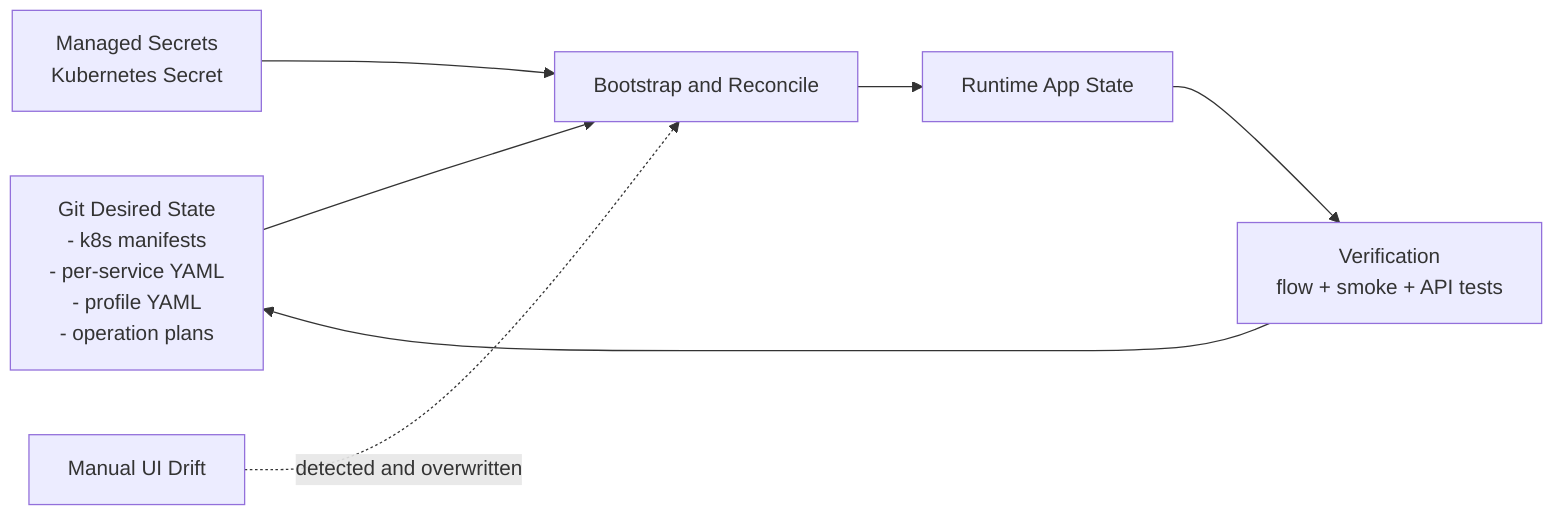
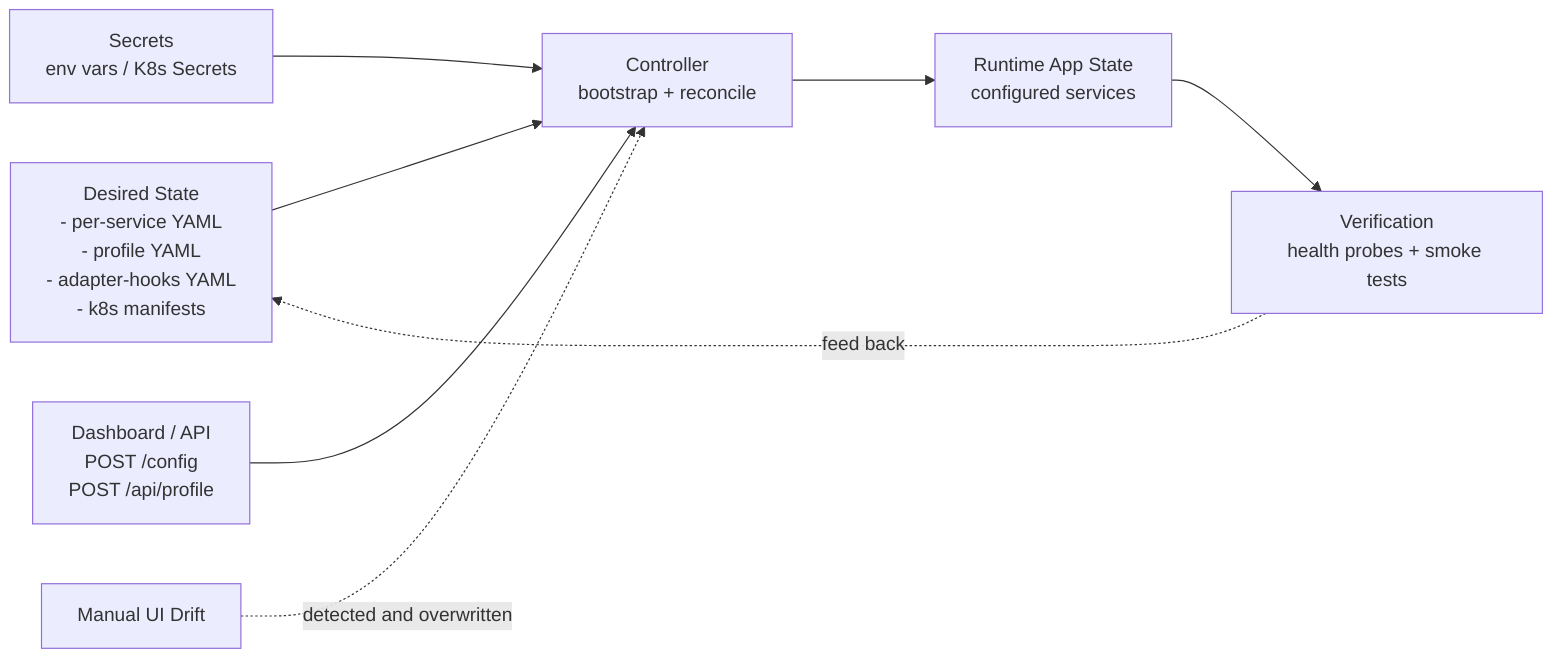
flowchart LR
-   SRC[Git Desired State\n- k8s manifests\n- per-service YAML\n- profile YAML\n- operation plans]
-   SEC[Managed Secrets\nKubernetes Secret]
-   BOOT[Bootstrap and Reconcile]
-   RUN[Runtime App State]
-   TEST[Verification\nflow + smoke + API tests]
+   SRC[Desired State\n- per-service YAML\n- profile YAML\n- adapter-hooks YAML\n- k8s manifests]
+   SEC[Secrets\nenv vars / K8s Secrets]
+   CTRL[Controller\nbootstrap + reconcile]
+   RUN[Runtime App State\nconfigured services]
+   TEST[Verification\nhealth probes + smoke tests]
+   DASH[Dashboard / API\nPOST /config\nPOST /api/profile]

-   SRC --> BOOT
-   SEC --> BOOT
-   BOOT --> RUN
+   SRC --> CTRL
+   SEC --> CTRL
+   DASH --> CTRL
+   CTRL --> RUN
  RUN --> TEST
-   TEST --> SRC
+   TEST -.feed back.-> SRC

  DRIFT[Manual UI Drift]
-   DRIFT -.detected and overwritten.-> BOOT
+   DRIFT -.detected and overwritten.-> CTRL
